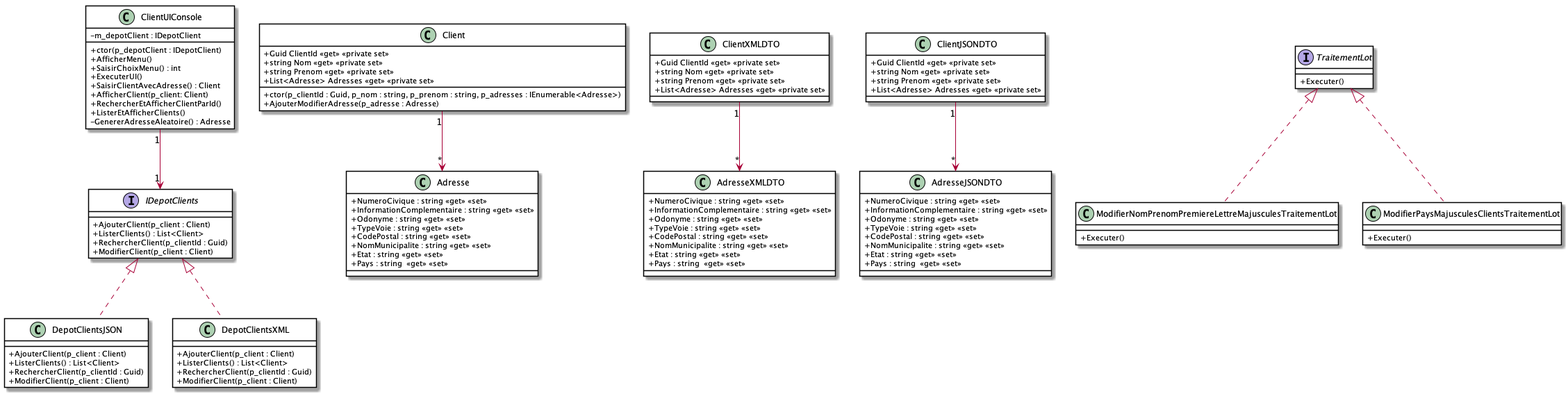
Before: images/Module06_Formats_Echanges/diag/src/DiagExerciceClients/DiagClassesClients.png, a diagram exported from PlantUML (PiFou86/420-W30-SF).
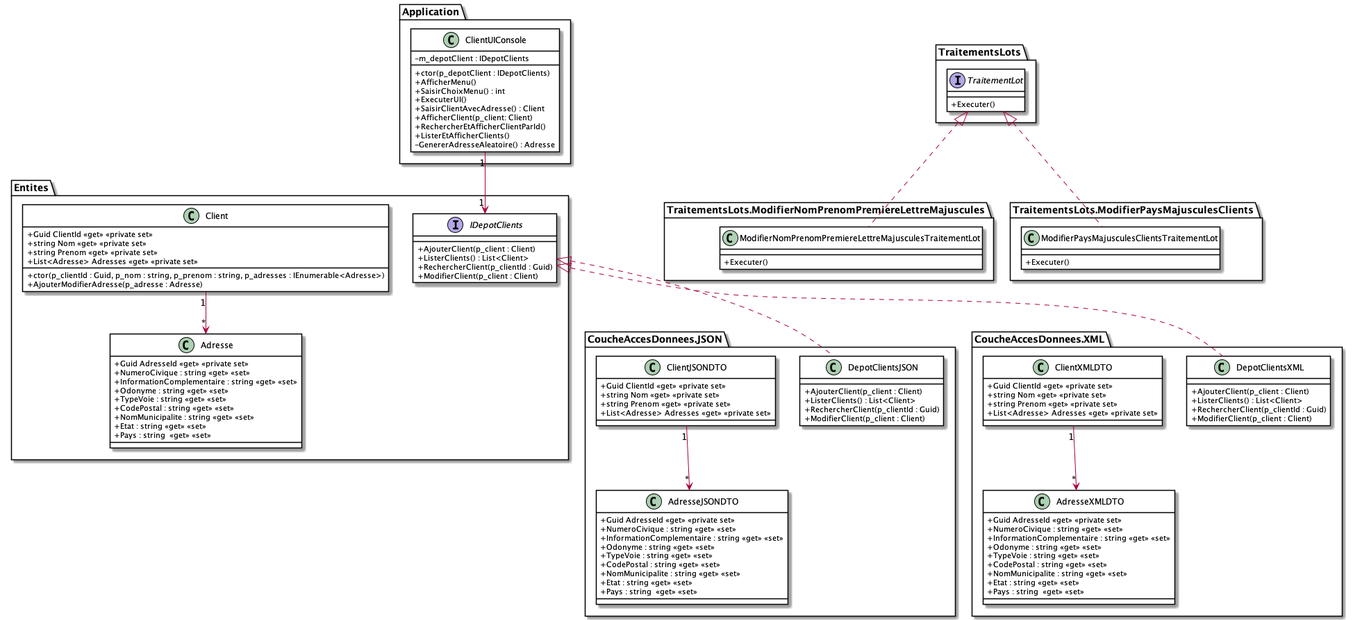
The same file after the commit.

Commit message:
Correction d'un s sur IDepotClients

Diff of the diagram source:
```diff
@@ -6,116 +6,140 @@
     BorderColor #000
 }
 
-IDepotClients <|.. DepotClientsJSON
-IDepotClients <|.. DepotClientsXML
-Client "1" --> "*" Adresse
-ClientXMLDTO "1" --> "*" AdresseXMLDTO
-ClientJSONDTO "1" --> "*" AdresseJSONDTO
-ClientUIConsole "1" --> "1" IDepotClients
 
-TraitementLot <|.. ModifierNomPrenomPremiereLettreMajusculesTraitementLot
-TraitementLot <|.. ModifierPaysMajusculesClientsTraitementLot
+package Entites {
+    Client "1" --> "*" Adresse
+
+    class Client {
+        + ctor(p_clientId : Guid, p_nom : string, p_prenom : string, p_adresses : IEnumerable<Adresse>)
+        + Guid ClientId <<get>> <<private set>>
+        + string Nom <<get>> <<private set>>
+        + string Prenom <<get>> <<private set>>
+        + List<Adresse> Adresses <<get>> <<private set>>
+        + AjouterModifierAdresse(p_adresse : Adresse)
+    }
+
+    class Adresse {
+        + Guid AdresseId <<get>> <<private set>>
+        + NumeroCivique : string <<get>> <<set>>
+        + InformationComplementaire : string <<get>> <<set>>
+        + Odonyme : string <<get>> <<set>>
+        + TypeVoie : string <<get>> <<set>>
+        + CodePostal : string <<get>> <<set>>
+        + NomMunicipalite : string <<get>> <<set>>
+        + Etat : string <<get>> <<set>>
+        + Pays : string  <<get>> <<set>>
+    }
+
+    interface IDepotClients {
+        + AjouterClient(p_client : Client)
+        + ListerClients() : List<Client>
+        + RechercherClient(p_clientId : Guid)
+        + ModifierClient(p_client : Client)
+    }
+}
+
+package CoucheAccesDonnees.JSON {
+    IDepotClients <|.. DepotClientsJSON
+    ClientJSONDTO "1" --> "*" AdresseJSONDTO
+
+    class ClientJSONDTO {
+        + Guid ClientId <<get>> <<private set>>
+        + string Nom <<get>> <<private set>>
+        + string Prenom <<get>> <<private set>>
+        + List<Adresse> Adresses <<get>> <<private set>>
+    }
+
+    class AdresseJSONDTO {
+        + Guid AdresseId <<get>> <<private set>>
+        + NumeroCivique : string <<get>> <<set>>
+        + InformationComplementaire : string <<get>> <<set>>
+        + Odonyme : string <<get>> <<set>>
+        + TypeVoie : string <<get>> <<set>>
+        + CodePostal : string <<get>> <<set>>
+        + NomMunicipalite : string <<get>> <<set>>
+        + Etat : string <<get>> <<set>>
+        + Pays : string  <<get>> <<set>>
+    }
+
+    class DepotClientsJSON {
+        + AjouterClient(p_client : Client)
+        + ListerClients() : List<Client>
+        + RechercherClient(p_clientId : Guid)
+        + ModifierClient(p_client : Client)
+    }
+}
+
+package CoucheAccesDonnees.XML {
+    IDepotClients <|.. DepotClientsXML
+    ClientXMLDTO "1" --> "*" AdresseXMLDTO
+
+    class ClientXMLDTO {
+        + Guid ClientId <<get>> <<private set>>
+        + string Nom <<get>> <<private set>>
+        + string Prenom <<get>> <<private set>>
+        + List<Adresse> Adresses <<get>> <<private set>>
+    }
+
+    class DepotClientsXML {
+        + AjouterClient(p_client : Client)
+        + ListerClients() : List<Client>
+        + RechercherClient(p_clientId : Guid)
+        + ModifierClient(p_client : Client)
+    }
+
+    class AdresseXMLDTO {
+        + Guid AdresseId <<get>> <<private set>>
+        + NumeroCivique : string <<get>> <<set>>
+        + InformationComplementaire : string <<get>> <<set>>
+        + Odonyme : string <<get>> <<set>>
+        + TypeVoie : string <<get>> <<set>>
+        + CodePostal : string <<get>> <<set>>
+        + NomMunicipalite : string <<get>> <<set>>
+        + Etat : string <<get>> <<set>>
+        + Pays : string  <<get>> <<set>>
+    }
+}
+
+package Application {
+    ClientUIConsole "1" --> "1" IDepotClients
+
+    class ClientUIConsole {
+        - m_depotClient : IDepotClients
+        + ctor(p_depotClient : IDepotClients)
+        + AfficherMenu()
+        + SaisirChoixMenu() : int
+        + ExecuterUI()
+        + SaisirClientAvecAdresse() : Client
+        + AfficherClient(p_client: Client)
+        + RechercherEtAfficherClientParId()
+        + ListerEtAfficherClients()
+        - GenererAdresseAleatoire() : Adresse
+    }
+}
+
+package TraitementsLots {
+    interface TraitementLot {
+        + Executer()
+    }
+}
+
+package TraitementsLots.ModifierNomPrenomPremiereLettreMajuscules {
+    TraitementLot <|.. ModifierNomPrenomPremiereLettreMajusculesTraitementLot
+
+    class ModifierNomPrenomPremiereLettreMajusculesTraitementLot {
+        + Executer()
+    }
+}
+
+package TraitementsLots.ModifierPaysMajusculesClients {
+    TraitementLot <|.. ModifierPaysMajusculesClientsTraitementLot
+
+    class ModifierPaysMajusculesClientsTraitementLot {
+        + Executer()
+    }
+}
 
 
-interface IDepotClients {
-    + AjouterClient(p_client : Client)
-    + ListerClients() : List<Client>
-    + RechercherClient(p_clientId : Guid)
-    + ModifierClient(p_client : Client)
-}
 
-class DepotClientsXML {
-    + AjouterClient(p_client : Client)
-    + ListerClients() : List<Client>
-    + RechercherClient(p_clientId : Guid)
-    + ModifierClient(p_client : Client)
-}
-
-class DepotClientsJSON {
-    + AjouterClient(p_client : Client)
-    + ListerClients() : List<Client>
-    + RechercherClient(p_clientId : Guid)
-    + ModifierClient(p_client : Client)
-}
-
-class Client {
-    + ctor(p_clientId : Guid, p_nom : string, p_prenom : string, p_adresses : IEnumerable<Adresse>)
-    + Guid ClientId <<get>> <<private set>>
-    + string Nom <<get>> <<private set>>
-    + string Prenom <<get>> <<private set>>
-    + List<Adresse> Adresses <<get>> <<private set>>
-    + AjouterModifierAdresse(p_adresse : Adresse)
-}
-
-class ClientJSONDTO {
-    + Guid ClientId <<get>> <<private set>>
-    + string Nom <<get>> <<private set>>
-    + string Prenom <<get>> <<private set>>
-    + List<Adresse> Adresses <<get>> <<private set>>
-}
-
-class ClientXMLDTO {
-    + Guid ClientId <<get>> <<private set>>
-    + string Nom <<get>> <<private set>>
-    + string Prenom <<get>> <<private set>>
-    + List<Adresse> Adresses <<get>> <<private set>>
-}
-
-class Adresse {
-    + NumeroCivique : string <<get>> <<set>>
-    + InformationComplementaire : string <<get>> <<set>>
-    + Odonyme : string <<get>> <<set>>
-    + TypeVoie : string <<get>> <<set>>
-    + CodePostal : string <<get>> <<set>>
-    + NomMunicipalite : string <<get>> <<set>>
-    + Etat : string <<get>> <<set>>
-    + Pays : string  <<get>> <<set>>
-}
-
-class AdresseXMLDTO {
-    + NumeroCivique : string <<get>> <<set>>
-    + InformationComplementaire : string <<get>> <<set>>
-    + Odonyme : string <<get>> <<set>>
-    + TypeVoie : string <<get>> <<set>>
-    + CodePostal : string <<get>> <<set>>
-    + NomMunicipalite : string <<get>> <<set>>
-    + Etat : string <<get>> <<set>>
-    + Pays : string  <<get>> <<set>>
-}
-
-class AdresseJSONDTO {
-    + NumeroCivique : string <<get>> <<set>>
-    + InformationComplementaire : string <<get>> <<set>>
-    + Odonyme : string <<get>> <<set>>
-    + TypeVoie : string <<get>> <<set>>
-    + CodePostal : string <<get>> <<set>>
-    + NomMunicipalite : string <<get>> <<set>>
-    + Etat : string <<get>> <<set>>
-    + Pays : string  <<get>> <<set>>
-}
-
-class ClientUIConsole {
-    - m_depotClient : IDepotClient
-    + ctor(p_depotClient : IDepotClient)
-    + AfficherMenu()
-    + SaisirChoixMenu() : int
-    + ExecuterUI()
-    + SaisirClientAvecAdresse() : Client
-    + AfficherClient(p_client: Client)
-    + RechercherEtAfficherClientParId()
-    + ListerEtAfficherClients()
-    - GenererAdresseAleatoire() : Adresse
-}
-
-interface TraitementLot {
-    + Executer()
-}
-
-class ModifierNomPrenomPremiereLettreMajusculesTraitementLot {
-       + Executer()
-}
-
-class ModifierPaysMajusculesClientsTraitementLot {
-    + Executer()
-}
 @enduml
```
